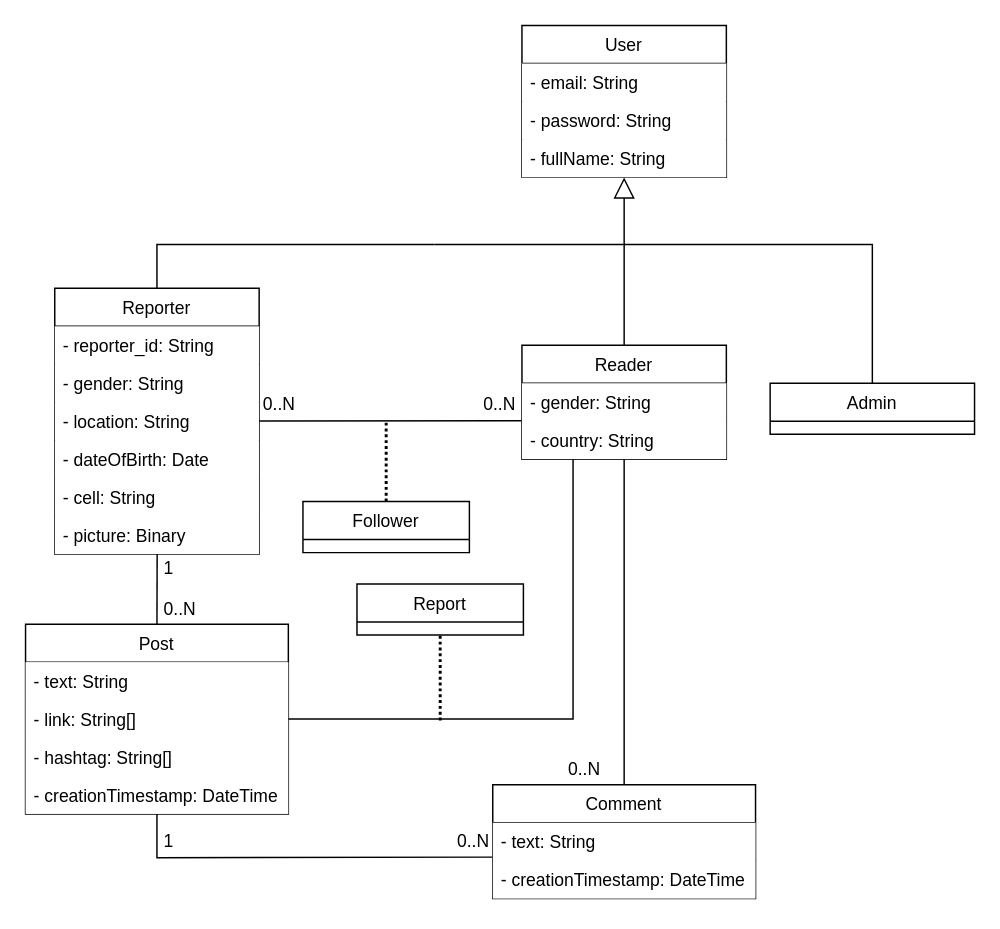
The draw.io diagram page "Details" (2 of 3) of Docs/DataModelling.drawio in MatteBiondi/LSMSD_SocialNews, before the edit. Source tidied: cells renumbered, new cells numbered last; positions are measured from the earlier drawing's top-left corner, leaving out a move shared by most shapes. Both pictures are drawn from the tidied source at 146%, with x=0, y=0 at pixel (25, 25).
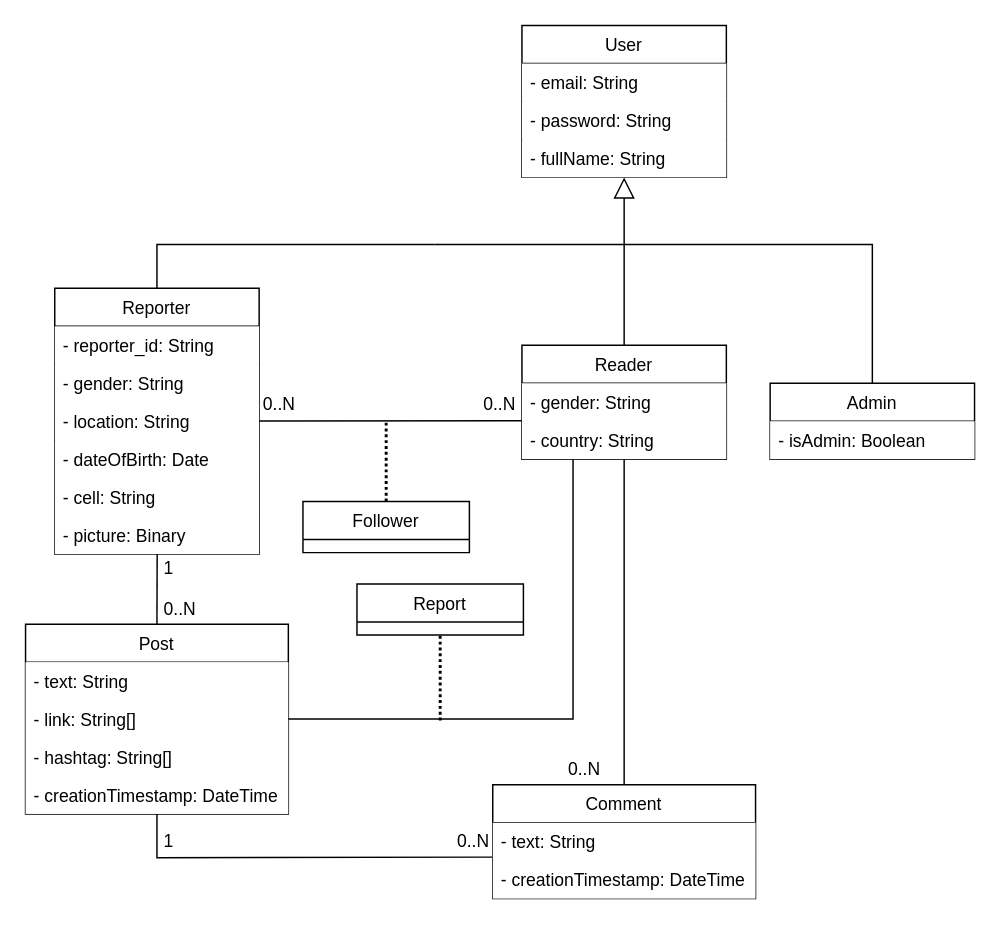
The same page after the edit.

The edit, as a diff of the source:
```diff
@@
     <mxCell id="6" value="Admin" style="swimlane;fontStyle=0;horizontal=1;startSize=26;fillColor=default;" parent="1" vertex="1">
-      <mxGeometry x="510" y="245" width="140" height="35" as="geometry" />
+      <mxGeometry x="510" y="245" width="140" height="52" as="geometry" />
     </mxCell>
+    <mxCell id="44" value="- isAdmin: Boolean" style="text;align=left;verticalAlign=top;spacingLeft=4;spacingRight=4;overflow=hidden;fillColor=default;" parent="6" vertex="1">
+      <mxGeometry y="26" width="140" height="26" as="geometry" />
+    </mxCell>
```
